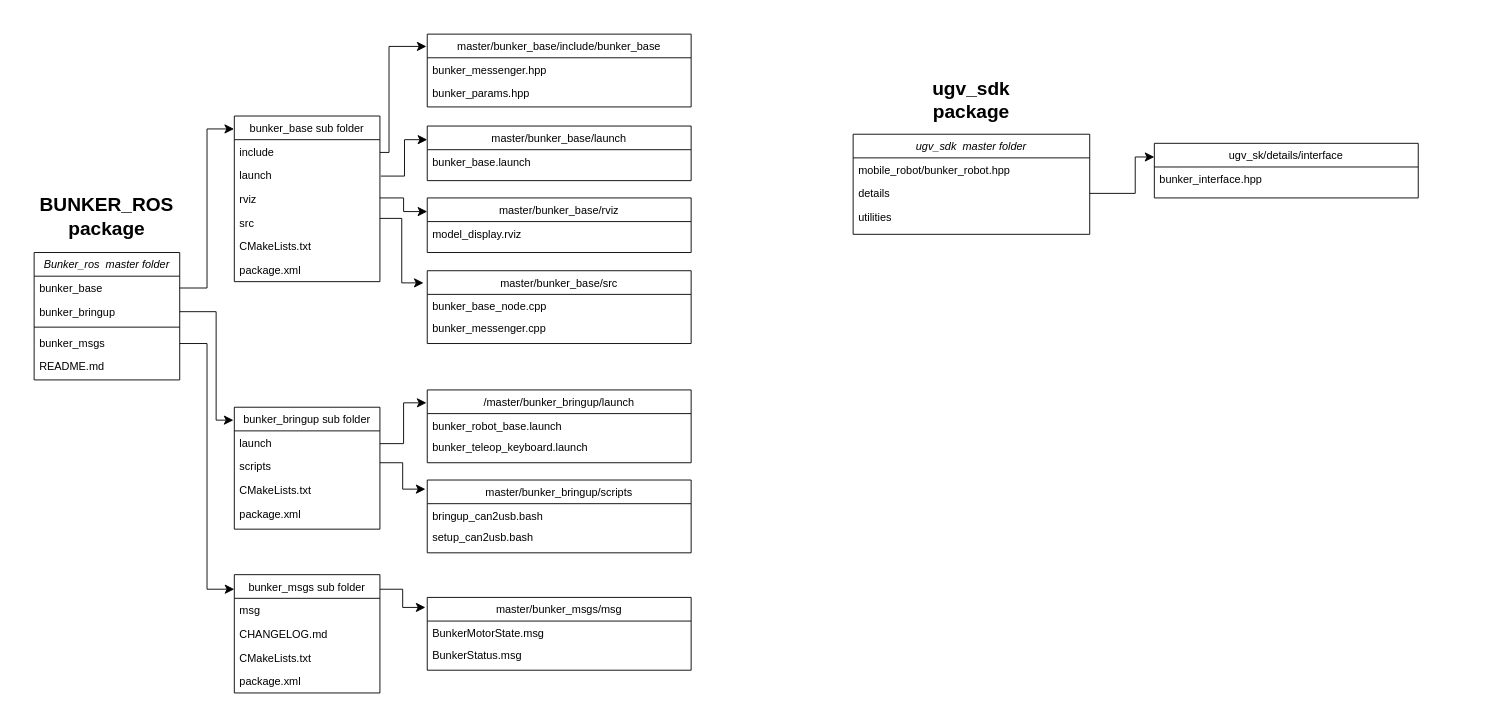
The draw.io diagram Untitled Diagram.drawio in ditodamaru/datapoint, before the edit. Source tidied: cells renumbered, new cells numbered last; positions are measured from the earlier drawing's top-left corner, leaving out a move shared by most shapes. Both pictures are drawn from the tidied source at 91%, with x=0, y=0 at pixel (15, 34).
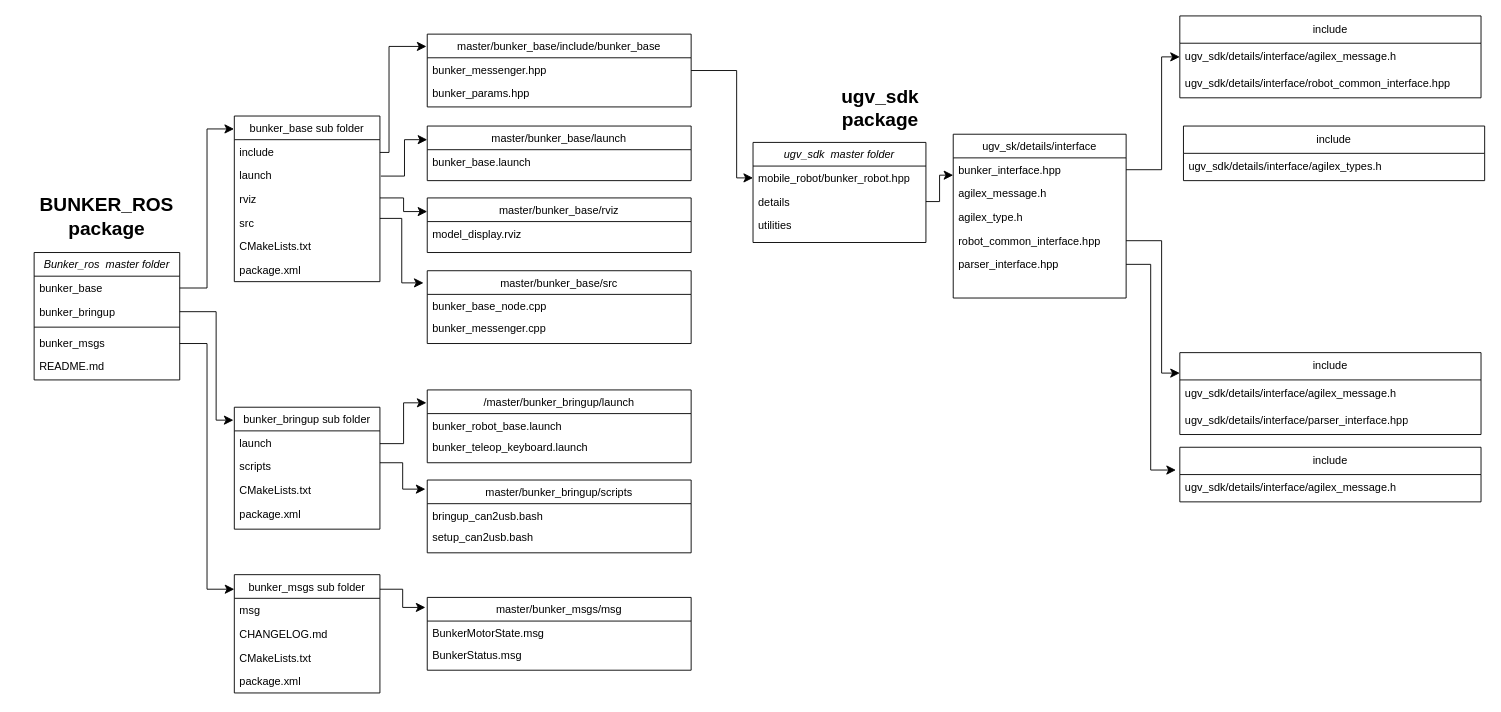
Above is the later version.

What changed in the source:
```diff
@@
     <mxCell id="55" value="ugv_sdk  master folder" style="swimlane;fontStyle=2;align=center;verticalAlign=top;horizontal=1;startSize=26;rounded=0;shadow=0;strokeWidth=1;" parent="1" vertex="1">
-      <mxGeometry x="920" y="110" width="260" height="110" as="geometry" />
+      <mxGeometry x="810" y="119" width="190" height="110" as="geometry" />
     </mxCell>
     <mxCell id="56" value="mobile_robot/bunker_robot.hpp" style="text;align=left;verticalAlign=top;spacingLeft=4;spacingRight=4;overflow=hidden;points=[[0,0.5],[1,0.5]];portConstraint=eastwest;rounded=0;shadow=0;html=0;strokeWidth=3;" parent="55" vertex="1">
-      <mxGeometry y="26" width="260" height="26" as="geometry" />
+      <mxGeometry y="26" width="190" height="26" as="geometry" />
     </mxCell>
     <mxCell id="57" value="details" style="text;align=left;verticalAlign=top;spacingLeft=4;spacingRight=4;overflow=hidden;points=[[0,0.5],[1,0.5]];portConstraint=eastwest;rounded=0;shadow=0;html=0;" parent="55" vertex="1">
-      <mxGeometry y="52" width="260" height="26" as="geometry" />
+      <mxGeometry y="52" width="190" height="26" as="geometry" />
     </mxCell>
     <mxCell id="58" value="utilities" style="text;align=left;verticalAlign=top;spacingLeft=4;spacingRight=4;overflow=hidden;" parent="55" vertex="1">
-      <mxGeometry y="78" width="260" height="26" as="geometry" />
+      <mxGeometry y="78" width="190" height="26" as="geometry" />
     </mxCell>
     <mxCell id="59" value="&lt;div&gt;&lt;b&gt;&lt;font style=&quot;font-size: 21px;&quot;&gt;ugv_sdk&lt;/font&gt;&lt;/b&gt;&lt;/div&gt;&lt;div&gt;&lt;b&gt;&lt;font style=&quot;font-size: 21px;&quot;&gt;package&lt;/font&gt;&lt;/b&gt;&lt;/div&gt;" style="text;strokeColor=none;fillColor=none;html=1;align=center;verticalAlign=middle;whiteSpace=wrap;rounded=0;fontSize=16;" parent="1" vertex="1">
-      <mxGeometry x="920" y="42" width="260" height="59" as="geometry" />
+      <mxGeometry x="820" y="51" width="260" height="59" as="geometry" />
     </mxCell>
     <mxCell id="60" value="ugv_sk/details/interface" style="swimlane;fontStyle=0;align=center;verticalAlign=top;horizontal=1;startSize=26;rounded=0;shadow=0;strokeWidth=1;" parent="1" vertex="1">
-      <mxGeometry x="1251" y="120" width="290" height="60" as="geometry" />
+      <mxGeometry x="1030" y="110" width="190" height="180" as="geometry" />
     </mxCell>
     <mxCell id="61" value="bunker_interface.hpp" style="text;align=left;verticalAlign=top;spacingLeft=4;spacingRight=4;overflow=hidden;points=[[0,0.5],[1,0.5]];portConstraint=eastwest;" parent="60" vertex="1">
-      <mxGeometry y="26" width="290" height="26" as="geometry" />
+      <mxGeometry y="26" width="190" height="26" as="geometry" />
     </mxCell>
+    <mxCell id="63" value="agilex_message.h&#10;" style="text;align=left;verticalAlign=top;spacingLeft=4;spacingRight=4;overflow=hidden;" parent="60" vertex="1">
+      <mxGeometry y="52" width="190" height="26" as="geometry" />
+    </mxCell>
+    <mxCell id="64" value="agilex_type.h" style="text;align=left;verticalAlign=top;spacingLeft=4;spacingRight=4;overflow=hidden;" parent="60" vertex="1">
+      <mxGeometry y="78" width="190" height="26" as="geometry" />
+    </mxCell>
+    <mxCell id="65" value="robot_common_interface.hpp&#10;" style="text;align=left;verticalAlign=top;spacingLeft=4;spacingRight=4;overflow=hidden;points=[[0,0.5],[1,0.5]];portConstraint=eastwest;" parent="60" vertex="1">
+      <mxGeometry y="104" width="190" height="26" as="geometry" />
+    </mxCell>
+    <mxCell id="66" value="parser_interface.hpp" style="text;align=left;verticalAlign=top;spacingLeft=4;spacingRight=4;overflow=hidden;points=[[0,0.5],[1,0.5]];portConstraint=eastwest;" parent="60" vertex="1">
+      <mxGeometry y="130" width="190" height="26" as="geometry" />
+    </mxCell>
     <mxCell id="62" style="edgeStyle=elbowEdgeStyle;elbow=horizontal;endArrow=classic;html=1;curved=0;rounded=0;endSize=8;startSize=8;fontSize=12;entryX=0;entryY=0.25;entryDx=0;entryDy=0;exitX=1;exitY=0.5;exitDx=0;exitDy=0;" parent="1" edge="1" source="57" target="60">
-      <mxGeometry relative="1" as="geometry">
-        <Array as="points">
-          <mxPoint x="1230" y="160" />
-        </Array>
-      </mxGeometry>
+      <mxGeometry relative="1" as="geometry" />
     </mxCell>
+    <mxCell id="67" style="edgeStyle=elbowEdgeStyle;elbow=horizontal;endArrow=classic;html=1;curved=0;rounded=0;endSize=8;startSize=8;fontSize=12;exitX=1;exitY=0.5;exitDx=0;exitDy=0;entryX=0;entryY=0.5;entryDx=0;entryDy=0;" parent="1" edge="1" target="56">
+      <mxGeometry relative="1" as="geometry">
+        <mxPoint x="742" y="40" as="sourcePoint" />
+        <Array as="points">
+          <mxPoint x="792" y="25" />
+        </Array>
+      </mxGeometry>
+    </mxCell>
+    <mxCell id="68" value="include" style="swimlane;fontStyle=0;horizontal=1;startSize=30;whiteSpace=wrap;html=1;" parent="1" vertex="1">
+      <mxGeometry x="1279" y="-20" width="331" height="90" as="geometry" />
+    </mxCell>
+    <mxCell id="69" value="ugv_sdk/details/interface/agilex_message.h" style="text;strokeColor=none;fillColor=none;align=left;verticalAlign=middle;spacingLeft=4;spacingRight=4;overflow=hidden;points=[[0,0.5],[1,0.5]];portConstraint=eastwest;whiteSpace=wrap;html=1;" parent="68" vertex="1">
+      <mxGeometry y="30" width="331" height="30" as="geometry" />
+    </mxCell>
+    <mxCell id="70" value="ugv_sdk/details/interface/robot_common_interface.hpp" style="text;strokeColor=none;fillColor=none;align=left;verticalAlign=middle;spacingLeft=4;spacingRight=4;overflow=hidden;whiteSpace=wrap;html=1;" parent="68" vertex="1">
+      <mxGeometry y="60" width="331" height="30" as="geometry" />
+    </mxCell>
+    <mxCell id="71" style="edgeStyle=elbowEdgeStyle;elbow=horizontal;endArrow=classic;html=1;curved=0;rounded=0;endSize=8;startSize=8;fontSize=12;entryX=0;entryY=0.5;entryDx=0;entryDy=0;exitX=1;exitY=0.5;exitDx=0;exitDy=0;" parent="1" edge="1" source="61" target="69">
+      <mxGeometry relative="1" as="geometry">
+        <Array as="points">
+          <mxPoint x="1259" y="151" />
+        </Array>
+      </mxGeometry>
+    </mxCell>
+    <mxCell id="72" value="include" style="swimlane;fontStyle=0;horizontal=1;startSize=30;whiteSpace=wrap;html=1;" parent="1" vertex="1">
+      <mxGeometry x="1279" y="350" width="331" height="90" as="geometry" />
+    </mxCell>
+    <mxCell id="73" value="ugv_sdk/details/interface/agilex_message.h" style="text;strokeColor=none;fillColor=none;align=left;verticalAlign=middle;spacingLeft=4;spacingRight=4;overflow=hidden;whiteSpace=wrap;html=1;" parent="72" vertex="1">
+      <mxGeometry y="30" width="331" height="30" as="geometry" />
+    </mxCell>
+    <mxCell id="74" value="ugv_sdk/details/interface/parser_interface.hpp" style="text;strokeColor=none;fillColor=none;align=left;verticalAlign=middle;spacingLeft=4;spacingRight=4;overflow=hidden;whiteSpace=wrap;html=1;" parent="72" vertex="1">
+      <mxGeometry y="60" width="331" height="30" as="geometry" />
+    </mxCell>
+    <mxCell id="75" style="edgeStyle=elbowEdgeStyle;elbow=horizontal;endArrow=classic;html=1;curved=0;rounded=0;endSize=8;startSize=8;fontSize=12;exitX=1;exitY=0.5;exitDx=0;exitDy=0;entryX=0;entryY=0.25;entryDx=0;entryDy=0;" parent="1" edge="1" source="65" target="72">
+      <mxGeometry relative="1" as="geometry">
+        <Array as="points">
+          <mxPoint x="1259" y="231" />
+        </Array>
+      </mxGeometry>
+    </mxCell>
+    <mxCell id="76" value="include" style="swimlane;fontStyle=0;horizontal=1;startSize=30;whiteSpace=wrap;html=1;" parent="1" vertex="1">
+      <mxGeometry x="1279" y="454" width="331" height="60" as="geometry" />
+    </mxCell>
+    <mxCell id="77" value="ugv_sdk/details/interface/agilex_message.h" style="text;strokeColor=none;fillColor=none;align=left;verticalAlign=middle;spacingLeft=4;spacingRight=4;overflow=hidden;whiteSpace=wrap;html=1;" parent="76" vertex="1">
+      <mxGeometry y="30" width="331" height="30" as="geometry" />
+    </mxCell>
+    <mxCell id="78" style="edgeStyle=elbowEdgeStyle;elbow=horizontal;endArrow=classic;html=1;curved=0;rounded=0;endSize=8;startSize=8;fontSize=12;exitX=1;exitY=0.5;exitDx=0;exitDy=0;entryX=-0.013;entryY=0.417;entryDx=0;entryDy=0;entryPerimeter=0;" parent="1" edge="1" source="66" target="76">
+      <mxGeometry relative="1" as="geometry" />
+    </mxCell>
+    <mxCell id="79" value="include" style="swimlane;fontStyle=0;horizontal=1;startSize=30;whiteSpace=wrap;html=1;" parent="1" vertex="1">
+      <mxGeometry x="1283" y="101" width="331" height="60" as="geometry" />
+    </mxCell>
+    <mxCell id="80" value="ugv_sdk/details/interface/agilex_types.h" style="text;strokeColor=none;fillColor=none;align=left;verticalAlign=middle;spacingLeft=4;spacingRight=4;overflow=hidden;whiteSpace=wrap;html=1;" parent="79" vertex="1">
+      <mxGeometry y="30" width="331" height="30" as="geometry" />
+    </mxCell>
```
